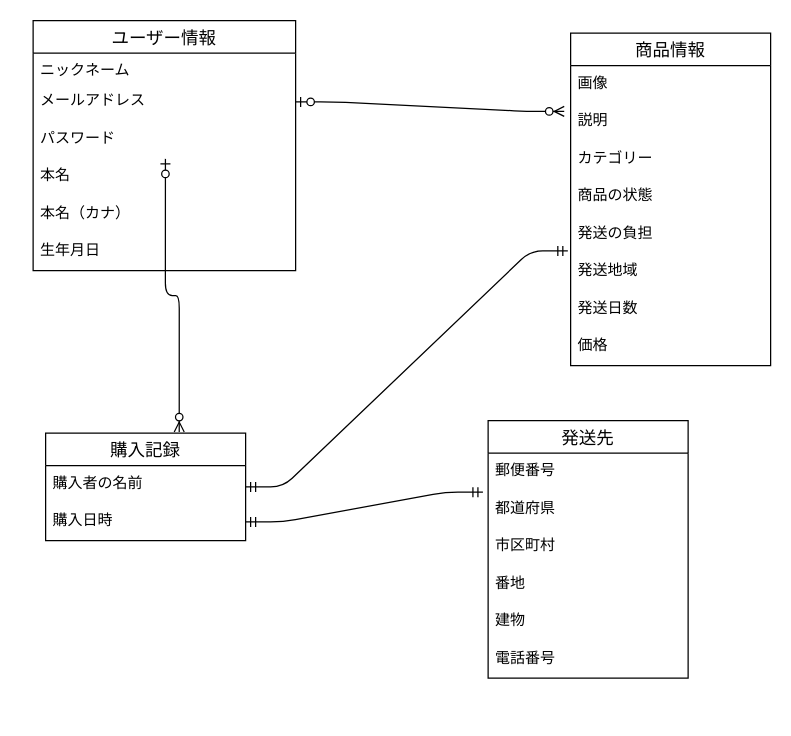
kenzaki777/furima-39161 keeps this draw.io diagram as E R.dio. Above is the earlier version. Source tidied: cells renumbered, new cells numbered last; positions are measured from the earlier drawing's top-left corner, leaving out a move shared by most shapes. Both pictures are drawn from the tidied source at 125%, with x=0, y=0 at pixel (32, 20).
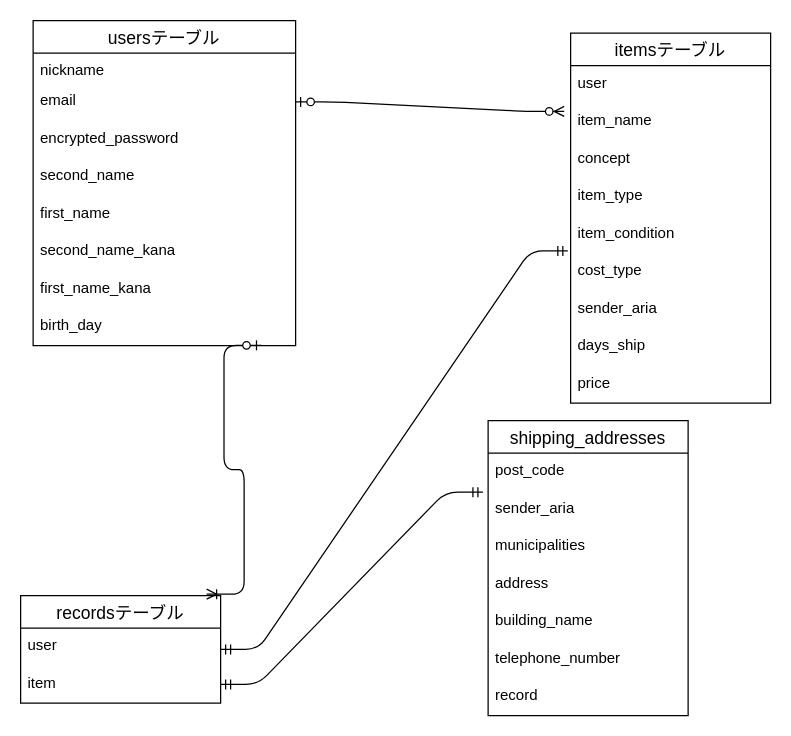
After the change.

Diff of the diagram source:
```diff
@@
-    <mxCell id="2" value="ユーザー情報" style="swimlane;fontStyle=0;horizontal=1;startSize=26;align=center;fontSize=14;" parent="1" vertex="1">
-      <mxGeometry width="210" height="200" as="geometry" />
+    <mxCell id="2" value=" usersテーブル" style="swimlane;fontStyle=0;horizontal=1;startSize=26;align=center;fontSize=14;" parent="1" vertex="1">
+      <mxGeometry width="210" height="260" as="geometry" />
     </mxCell>
-    <mxCell id="3" value="ニックネーム" style="text;strokeColor=none;fillColor=none;spacingLeft=4;spacingRight=4;overflow=hidden;fontSize=12;" parent="2" vertex="1">
+    <mxCell id="3" value="nickname" style="text;strokeColor=none;fillColor=none;spacingLeft=4;spacingRight=4;overflow=hidden;fontSize=12;" parent="2" vertex="1">
       <mxGeometry y="26" width="210" height="24" as="geometry" />
     </mxCell>
-    <mxCell id="4" value="メールアドレス" style="text;strokeColor=none;fillColor=none;spacingLeft=4;spacingRight=4;overflow=hidden;points=[[0,0.5],[1,0.5]];portConstraint=eastwest;fontSize=12;" parent="2" vertex="1">
+    <mxCell id="4" value="email " style="text;strokeColor=none;fillColor=none;spacingLeft=4;spacingRight=4;overflow=hidden;points=[[0,0.5],[1,0.5]];portConstraint=eastwest;fontSize=12;" parent="2" vertex="1">
       <mxGeometry y="50" width="210" height="30" as="geometry" />
     </mxCell>
-    <mxCell id="5" value="パスワード" style="text;strokeColor=none;fillColor=none;spacingLeft=4;spacingRight=4;overflow=hidden;points=[[0,0.5],[1,0.5]];portConstraint=eastwest;fontSize=12;" parent="2" vertex="1">
+    <mxCell id="5" value="encrypted_password" style="text;strokeColor=none;fillColor=none;spacingLeft=4;spacingRight=4;overflow=hidden;points=[[0,0.5],[1,0.5]];portConstraint=eastwest;fontSize=12;" parent="2" vertex="1">
       <mxGeometry y="80" width="210" height="30" as="geometry" />
     </mxCell>
-    <mxCell id="6" value="本名" style="text;strokeColor=none;fillColor=none;spacingLeft=4;spacingRight=4;overflow=hidden;fontSize=12;" parent="2" vertex="1">
+    <mxCell id="6" value="second_name" style="text;strokeColor=none;fillColor=none;spacingLeft=4;spacingRight=4;overflow=hidden;fontSize=12;" parent="2" vertex="1">
       <mxGeometry y="110" width="210" height="30" as="geometry" />
     </mxCell>
-    <mxCell id="7" value="本名（カナ）" style="text;strokeColor=none;fillColor=none;spacingLeft=4;spacingRight=4;overflow=hidden;fontSize=12;" parent="2" vertex="1">
+    <mxCell id="7" value="first_name" style="text;strokeColor=none;fillColor=none;spacingLeft=4;spacingRight=4;overflow=hidden;fontSize=12;" parent="2" vertex="1">
       <mxGeometry y="140" width="210" height="30" as="geometry" />
     </mxCell>
-    <mxCell id="8" value="生年月日" style="text;strokeColor=none;fillColor=none;spacingLeft=4;spacingRight=4;overflow=hidden;fontSize=12;" parent="2" vertex="1">
+    <mxCell id="8" value="second_name_kana" style="text;strokeColor=none;fillColor=none;spacingLeft=4;spacingRight=4;overflow=hidden;fontSize=12;" parent="2" vertex="1">
       <mxGeometry y="170" width="210" height="30" as="geometry" />
     </mxCell>
+    <mxCell id="32" value="first_name_kana" style="text;strokeColor=none;fillColor=none;spacingLeft=4;spacingRight=4;overflow=hidden;fontSize=12;" parent="2" vertex="1">
+      <mxGeometry y="200" width="210" height="30" as="geometry" />
+    </mxCell>
+    <mxCell id="33" value="birth_day" style="text;strokeColor=none;fillColor=none;spacingLeft=4;spacingRight=4;overflow=hidden;points=[[0,0.5],[1,0.5]];portConstraint=eastwest;fontSize=12;" parent="2" vertex="1">
+      <mxGeometry y="230" width="210" height="30" as="geometry" />
+    </mxCell>
-    <mxCell id="9" value="商品情報" style="swimlane;fontStyle=0;horizontal=1;startSize=26;align=center;fontSize=14;" parent="1" vertex="1">
-      <mxGeometry x="430" y="10" width="160" height="266" as="geometry" />
+    <mxCell id="9" value="itemsテーブル" style="swimlane;fontStyle=0;horizontal=1;startSize=26;align=center;fontSize=14;" parent="1" vertex="1">
+      <mxGeometry x="430" y="10" width="160" height="296" as="geometry" />
     </mxCell>
-    <mxCell id="10" value="画像" style="text;strokeColor=none;fillColor=none;spacingLeft=4;spacingRight=4;overflow=hidden;fontSize=12;" parent="9" vertex="1">
+    <mxCell id="10" value="user " style="text;strokeColor=none;fillColor=none;spacingLeft=4;spacingRight=4;overflow=hidden;fontSize=12;" parent="9" vertex="1">
       <mxGeometry y="26" width="160" height="30" as="geometry" />
     </mxCell>
-    <mxCell id="11" value="説明" style="text;strokeColor=none;fillColor=none;spacingLeft=4;spacingRight=4;overflow=hidden;points=[[0,0.5],[1,0.5]];portConstraint=eastwest;fontSize=12;" parent="9" vertex="1">
+    <mxCell id="11" value="item_name " style="text;strokeColor=none;fillColor=none;spacingLeft=4;spacingRight=4;overflow=hidden;points=[[0,0.5],[1,0.5]];portConstraint=eastwest;fontSize=12;" parent="9" vertex="1">
       <mxGeometry y="56" width="160" height="30" as="geometry" />
     </mxCell>
-    <mxCell id="12" value="カテゴリー" style="text;strokeColor=none;fillColor=none;spacingLeft=4;spacingRight=4;overflow=hidden;fontSize=12;" parent="9" vertex="1">
+    <mxCell id="12" value="concept" style="text;strokeColor=none;fillColor=none;spacingLeft=4;spacingRight=4;overflow=hidden;fontSize=12;" parent="9" vertex="1">
       <mxGeometry y="86" width="160" height="30" as="geometry" />
     </mxCell>
-    <mxCell id="13" value="商品の状態" style="text;strokeColor=none;fillColor=none;spacingLeft=4;spacingRight=4;overflow=hidden;fontSize=12;" parent="9" vertex="1">
+    <mxCell id="13" value="item_type" style="text;strokeColor=none;fillColor=none;spacingLeft=4;spacingRight=4;overflow=hidden;fontSize=12;" parent="9" vertex="1">
       <mxGeometry y="116" width="160" height="30" as="geometry" />
     </mxCell>
-    <mxCell id="14" value="発送の負担" style="text;strokeColor=none;fillColor=none;spacingLeft=4;spacingRight=4;overflow=hidden;fontSize=12;" parent="9" vertex="1">
+    <mxCell id="14" value="item_condition" style="text;strokeColor=none;fillColor=none;spacingLeft=4;spacingRight=4;overflow=hidden;fontSize=12;" parent="9" vertex="1">
       <mxGeometry y="146" width="160" height="30" as="geometry" />
     </mxCell>
-    <mxCell id="15" value="発送地域" style="text;strokeColor=none;fillColor=none;spacingLeft=4;spacingRight=4;overflow=hidden;points=[[0,0.5],[1,0.5]];portConstraint=eastwest;fontSize=12;" parent="9" vertex="1">
+    <mxCell id="15" value="cost_type" style="text;strokeColor=none;fillColor=none;spacingLeft=4;spacingRight=4;overflow=hidden;points=[[0,0.5],[1,0.5]];portConstraint=eastwest;fontSize=12;" parent="9" vertex="1">
       <mxGeometry y="176" width="160" height="30" as="geometry" />
     </mxCell>
-    <mxCell id="16" value="発送日数" style="text;strokeColor=none;fillColor=none;spacingLeft=4;spacingRight=4;overflow=hidden;fontSize=12;" parent="9" vertex="1">
+    <mxCell id="16" value="sender_aria" style="text;strokeColor=none;fillColor=none;spacingLeft=4;spacingRight=4;overflow=hidden;fontSize=12;" parent="9" vertex="1">
       <mxGeometry y="206" width="160" height="30" as="geometry" />
     </mxCell>
-    <mxCell id="17" value="価格" style="text;strokeColor=none;fillColor=none;spacingLeft=4;spacingRight=4;overflow=hidden;fontSize=12;" parent="9" vertex="1">
+    <mxCell id="17" value="days_ship" style="text;strokeColor=none;fillColor=none;spacingLeft=4;spacingRight=4;overflow=hidden;fontSize=12;" parent="9" vertex="1">
       <mxGeometry y="236" width="160" height="30" as="geometry" />
     </mxCell>
+    <mxCell id="34" value="price " style="text;strokeColor=none;fillColor=none;spacingLeft=4;spacingRight=4;overflow=hidden;fontSize=12;" parent="9" vertex="1">
+      <mxGeometry y="266" width="160" height="30" as="geometry" />
+    </mxCell>
@@
-    <mxCell id="19" value="購入記録" style="swimlane;fontStyle=0;horizontal=1;startSize=26;align=center;fontSize=14;" parent="1" vertex="1">
-      <mxGeometry x="10" y="330" width="160" height="86" as="geometry" />
+    <mxCell id="19" value="recordsテーブル" style="swimlane;fontStyle=0;horizontal=1;startSize=26;align=center;fontSize=14;" parent="1" vertex="1">
+      <mxGeometry x="-10" y="460" width="160" height="86" as="geometry" />
     </mxCell>
-    <mxCell id="20" value="購入者の名前" style="text;strokeColor=none;fillColor=none;spacingLeft=4;spacingRight=4;overflow=hidden;fontSize=12;" parent="19" vertex="1">
+    <mxCell id="20" value="user " style="text;strokeColor=none;fillColor=none;spacingLeft=4;spacingRight=4;overflow=hidden;fontSize=12;" parent="19" vertex="1">
       <mxGeometry y="26" width="160" height="30" as="geometry" />
     </mxCell>
-    <mxCell id="21" value="購入日時" style="text;strokeColor=none;fillColor=none;spacingLeft=4;spacingRight=4;overflow=hidden;points=[[0,0.5],[1,0.5]];portConstraint=eastwest;fontSize=12;" parent="19" vertex="1">
+    <mxCell id="21" value="item" style="text;strokeColor=none;fillColor=none;spacingLeft=4;spacingRight=4;overflow=hidden;points=[[0,0.5],[1,0.5]];portConstraint=eastwest;fontSize=12;" parent="19" vertex="1">
       <mxGeometry y="56" width="160" height="30" as="geometry" />
     </mxCell>
-    <mxCell id="22" style="edgeStyle=orthogonalEdgeStyle;fontSize=12;html=1;endArrow=ERzeroToMany;startArrow=ERzeroToOne;exitX=0.504;exitY=1.02;exitDx=0;exitDy=0;exitPerimeter=0;entryX=0.668;entryY=-0.01;entryDx=0;entryDy=0;entryPerimeter=0;" parent="1" edge="1" source="5" target="19">
-      <mxGeometry relative="1" as="geometry" />
-    </mxCell>
-    <mxCell id="23" value="発送先" style="swimlane;fontStyle=0;horizontal=1;startSize=26;align=center;fontSize=14;" parent="1" vertex="1">
-      <mxGeometry x="364" y="320" width="160" height="206" as="geometry" />
+    <mxCell id="23" value="shipping_addresses" style="swimlane;fontStyle=0;horizontal=1;startSize=26;align=center;fontSize=14;" parent="1" vertex="1">
+      <mxGeometry x="364" y="320" width="160" height="236" as="geometry" />
     </mxCell>
-    <mxCell id="24" value="郵便番号" style="text;strokeColor=none;fillColor=none;spacingLeft=4;spacingRight=4;overflow=hidden;fontSize=12;" parent="23" vertex="1">
+    <mxCell id="24" value="post_code " style="text;strokeColor=none;fillColor=none;spacingLeft=4;spacingRight=4;overflow=hidden;fontSize=12;" parent="23" vertex="1">
       <mxGeometry y="26" width="160" height="30" as="geometry" />
     </mxCell>
-    <mxCell id="25" value="都道府県" style="text;strokeColor=none;fillColor=none;spacingLeft=4;spacingRight=4;overflow=hidden;points=[[0,0.5],[1,0.5]];portConstraint=eastwest;fontSize=12;" parent="23" vertex="1">
+    <mxCell id="25" value="sender_aria" style="text;strokeColor=none;fillColor=none;spacingLeft=4;spacingRight=4;overflow=hidden;points=[[0,0.5],[1,0.5]];portConstraint=eastwest;fontSize=12;" parent="23" vertex="1">
       <mxGeometry y="56" width="160" height="30" as="geometry" />
     </mxCell>
-    <mxCell id="26" value="市区町村" style="text;strokeColor=none;fillColor=none;spacingLeft=4;spacingRight=4;overflow=hidden;fontSize=12;" parent="23" vertex="1">
+    <mxCell id="26" value="municipalities" style="text;strokeColor=none;fillColor=none;spacingLeft=4;spacingRight=4;overflow=hidden;fontSize=12;" parent="23" vertex="1">
       <mxGeometry y="86" width="160" height="30" as="geometry" />
     </mxCell>
-    <mxCell id="27" value="番地" style="text;strokeColor=none;fillColor=none;spacingLeft=4;spacingRight=4;overflow=hidden;fontSize=12;" parent="23" vertex="1">
+    <mxCell id="27" value="address" style="text;strokeColor=none;fillColor=none;spacingLeft=4;spacingRight=4;overflow=hidden;fontSize=12;" parent="23" vertex="1">
       <mxGeometry y="116" width="160" height="30" as="geometry" />
     </mxCell>
-    <mxCell id="28" value="建物" style="text;strokeColor=none;fillColor=none;spacingLeft=4;spacingRight=4;overflow=hidden;fontSize=12;" parent="23" vertex="1">
+    <mxCell id="28" value="building_name" style="text;strokeColor=none;fillColor=none;spacingLeft=4;spacingRight=4;overflow=hidden;fontSize=12;" parent="23" vertex="1">
       <mxGeometry y="146" width="160" height="30" as="geometry" />
     </mxCell>
-    <mxCell id="29" value="電話番号" style="text;strokeColor=none;fillColor=none;spacingLeft=4;spacingRight=4;overflow=hidden;fontSize=12;" parent="23" vertex="1">
+    <mxCell id="29" value="telephone_number" style="text;strokeColor=none;fillColor=none;spacingLeft=4;spacingRight=4;overflow=hidden;fontSize=12;" parent="23" vertex="1">
       <mxGeometry y="176" width="160" height="30" as="geometry" />
     </mxCell>
+    <mxCell id="35" value="record " style="text;strokeColor=none;fillColor=none;spacingLeft=4;spacingRight=4;overflow=hidden;fontSize=12;" parent="23" vertex="1">
+      <mxGeometry y="206" width="160" height="30" as="geometry" />
+    </mxCell>
@@
+    <mxCell id="36" style="edgeStyle=entityRelationEdgeStyle;fontSize=12;html=1;endArrow=ERoneToMany;startArrow=ERzeroToOne;exitX=0.87;exitY=0.993;exitDx=0;exitDy=0;entryX=0.93;entryY=-0.014;entryDx=0;entryDy=0;entryPerimeter=0;exitPerimeter=0;" parent="1" edge="1" source="33" target="19">
+      <mxGeometry relative="1" as="geometry" />
+    </mxCell>
```
